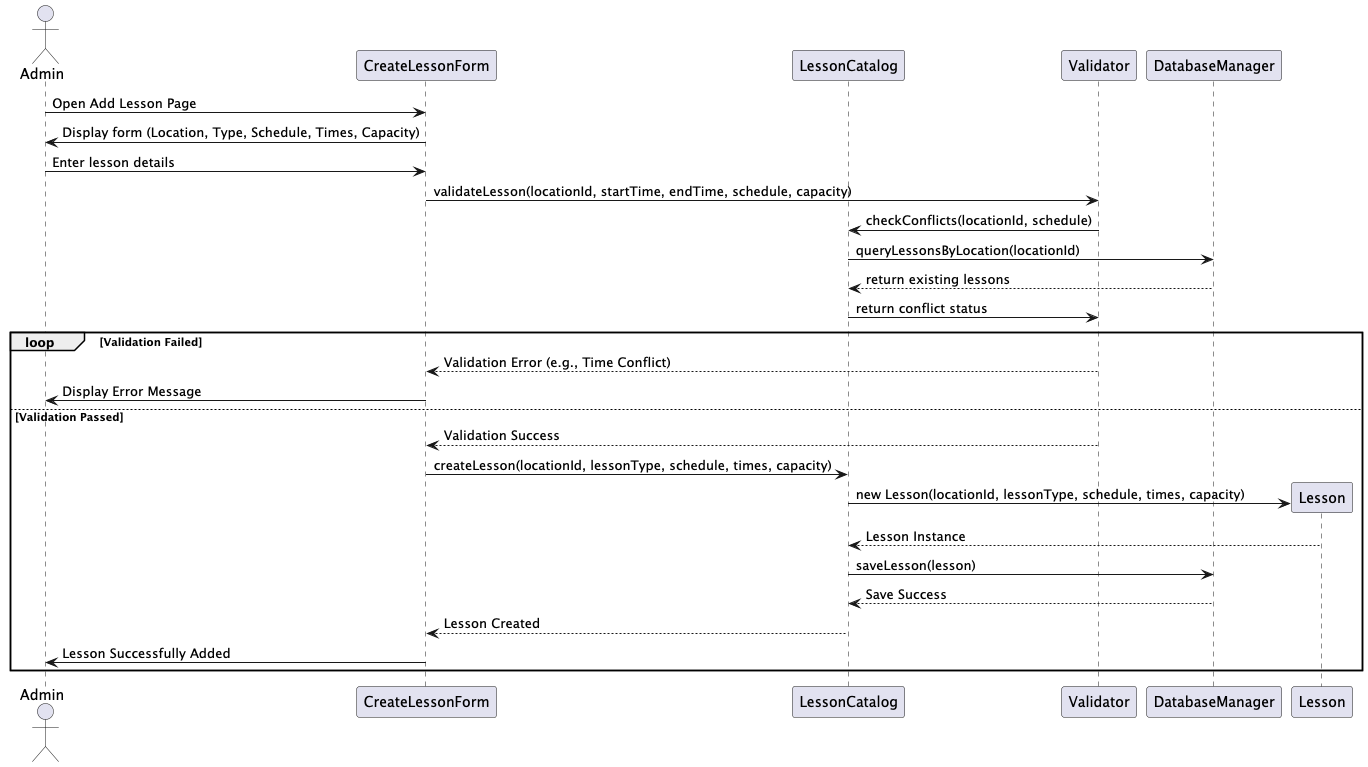
Above: iteration2/ Admin_AddLesson.png in jay-thambi/Soen342-Project (PlantUML), before the change.
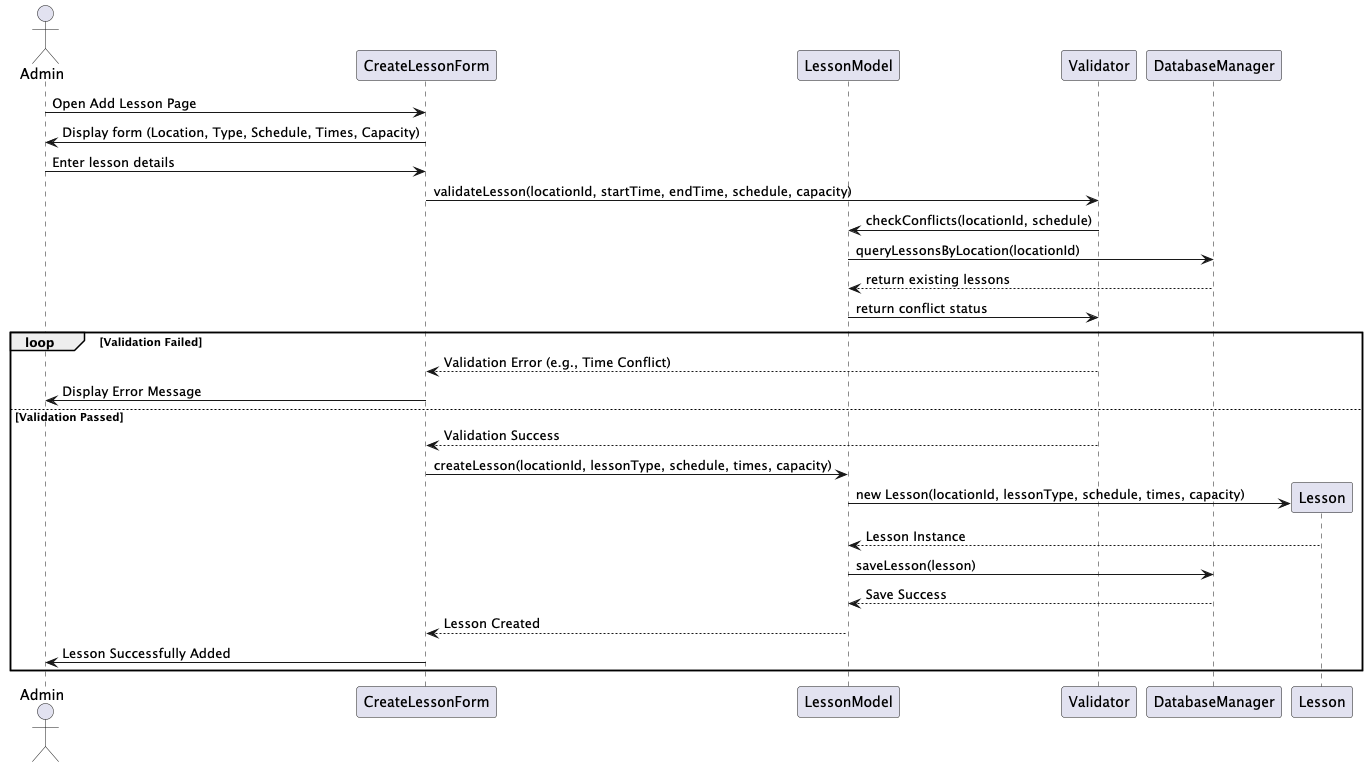
After the change.

Change to the diagram source:
```diff
@@ -1,7 +1,7 @@
 @startuml
 actor "Admin" as admin
 participant "CreateLessonForm" as createLessonForm
-participant "LessonCatalog" as catalog
+participant "LessonModel" as Model
 participant "Validator" as validator
 participant "DatabaseManager" as database
 participant "Lesson" as lesson
@@ -10,22 +10,22 @@
 createLessonForm -> admin : Display form (Location, Type, Schedule, Times, Capacity)
 admin -> createLessonForm : Enter lesson details
 createLessonForm -> validator : validateLesson(locationId, startTime, endTime, schedule, capacity)
-validator -> catalog : checkConflicts(locationId, schedule)
-catalog -> database : queryLessonsByLocation(locationId)
-database --> catalog : return existing lessons
-catalog -> validator : return conflict status
+validator -> Model : checkConflicts(locationId, schedule)
+Model -> database : queryLessonsByLocation(locationId)
+database --> Model : return existing lessons
+Model -> validator : return conflict status
 
 loop Validation Failed
     validator --> createLessonForm : Validation Error (e.g., Time Conflict)
     createLessonForm -> admin : Display Error Message
 else Validation Passed
     validator --> createLessonForm : Validation Success
-    createLessonForm -> catalog : createLesson(locationId, lessonType, schedule, times, capacity)
-    catalog -> lesson ** : new Lesson(locationId, lessonType, schedule, times, capacity)
-    lesson --> catalog : Lesson Instance
-    catalog -> database : saveLesson(lesson)
-    database --> catalog : Save Success
-    catalog --> createLessonForm : Lesson Created
+    createLessonForm -> Model : createLesson(locationId, lessonType, schedule, times, capacity)
+    Model -> lesson ** : new Lesson(locationId, lessonType, schedule, times, capacity)
+    lesson --> Model : Lesson Instance
+    Model -> database : saveLesson(lesson)
+    database --> Model : Save Success
+    Model --> createLessonForm : Lesson Created
     createLessonForm -> admin : Lesson Successfully Added
 end
 @enduml
```
